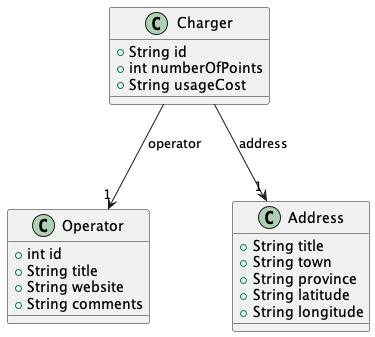
Before: Docs/Models/dominio.png, a diagram exported from PlantUML (isunican/App-CarChargers-Grupo3).
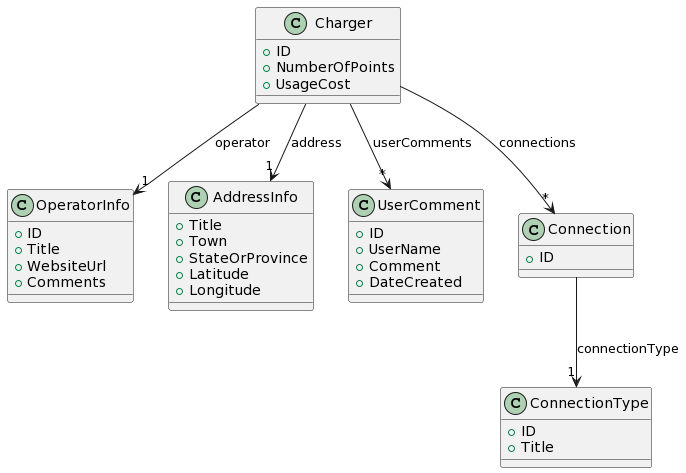
Above is the later version.

Commit message:
Cambios de dominio hecho

Change to the diagram source:
```diff
@@ -1,27 +1,43 @@
-@startuml dominio
-
+@startuml
 class Charger {
-    + String id
-    + int numberOfPoints
-    + String usageCost
+    + ID
+    + NumberOfPoints
+    + UsageCost
 }
 
-class Operator {
-    + int id
-    + String title
-    + String website
-    + String comments
+class OperatorInfo {
+    + ID
+    + Title
+    + WebsiteUrl
+    + Comments
 }
 
-class Address {
-    + String title
-    + String town
-    + String province
-    + String latitude
-    + String longitude
+class AddressInfo {
+    + Title
+    + Town
+    + StateOrProvince
+    + Latitude
+    + Longitude
 }
 
-Charger -down-> "1" Address : address
-Charger -down-> "1" Operator : operator
+class UserComment {
+    + ID
+    + UserName
+    + Comment
+    + DateCreated
+}
+class Connection {
+    + ID
+}
 
+class ConnectionType {
+    + ID
+    + Title
+}
+
+Charger -down-> "1" AddressInfo : address
+Charger -down-> "1" OperatorInfo : operator
+Charger -down-> "*" UserComment : userComments
+Charger -down-> "*" Connection : connections
+Connection -down-> "1" ConnectionType : connectionType
 @enduml
```
